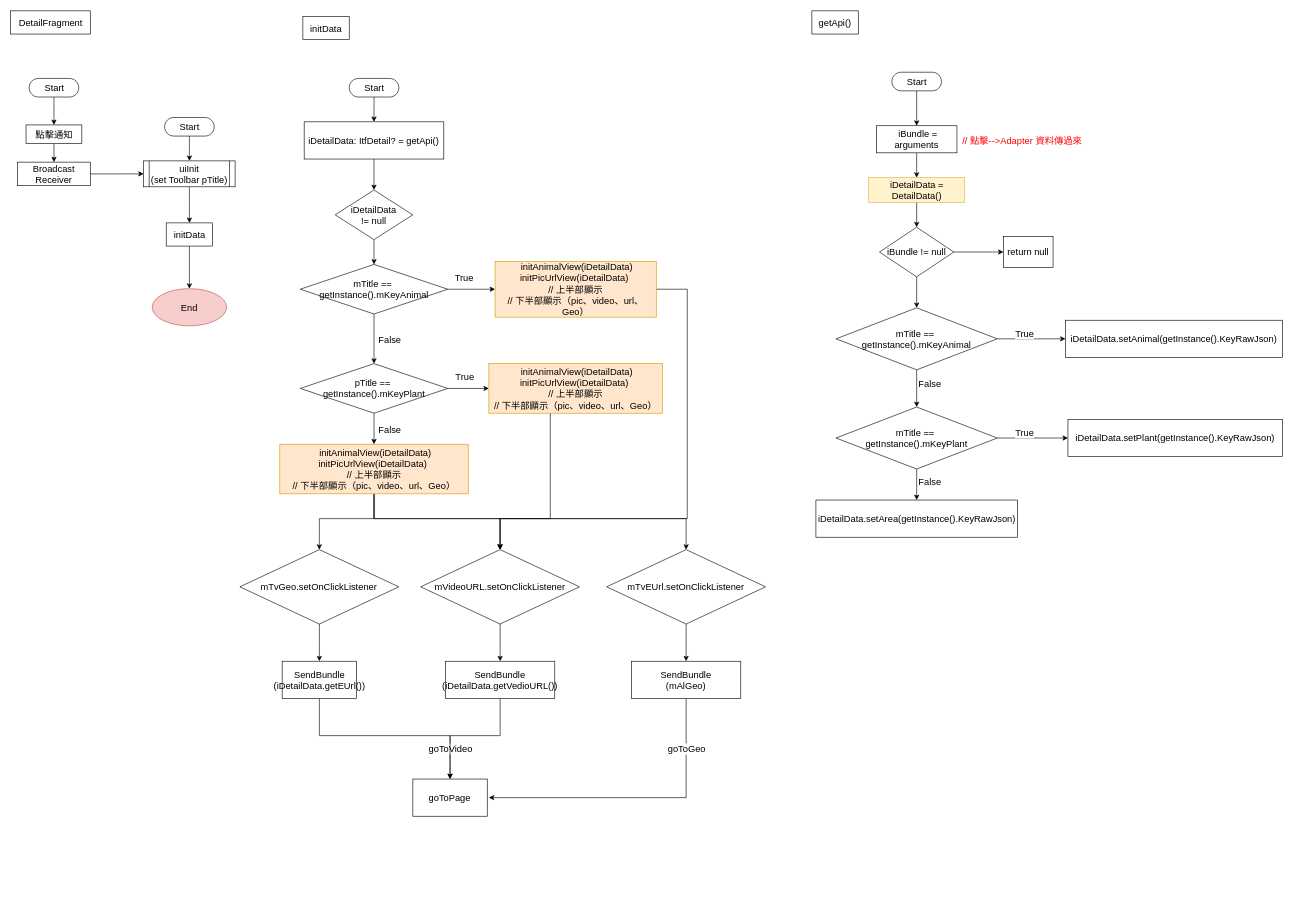
Before: page "DetailFragment" (10 of 13) of 一般流程.drawio in ccckyc/draw, a draw.io diagram. Source tidied: cells renumbered, new cells numbered last; positions are measured from the earlier drawing's top-left corner, leaving out a move shared by most shapes. Both pictures are drawn from the tidied source at 62%, with x=0, y=0 at pixel (11, 11).
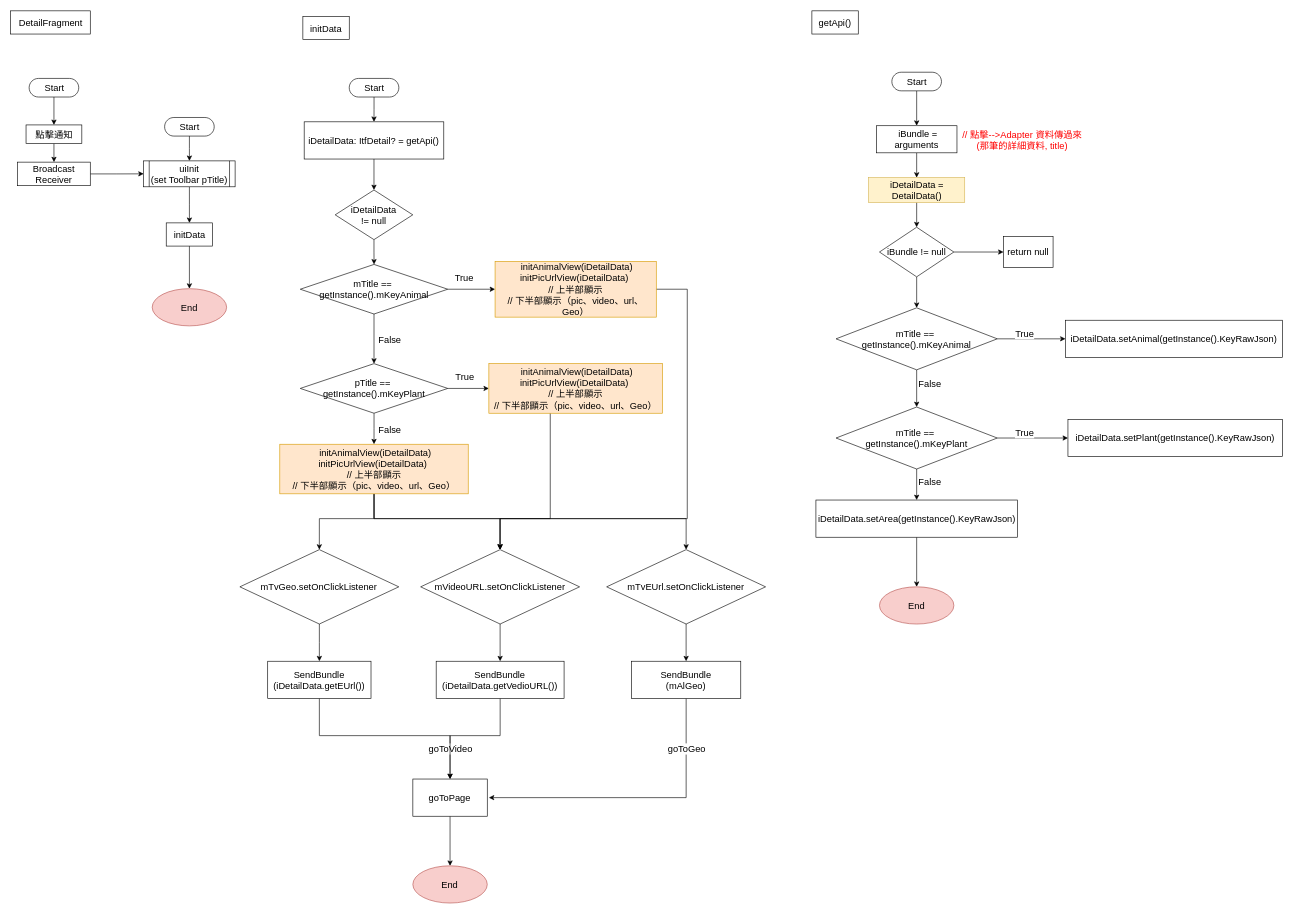
The same page after the edit.

Unchanged cells that the change refers to:
```xml
<mxCell id="41" value="goToPage" style="whiteSpace=wrap;html=1;fontSize=15;fillColor=#FFFFFF;strokeColor=#000000;dashed=0;fontStyle=0;fontFamily=Helvetica;" parent="1" vertex="1">
  <mxGeometry x="648.4" y="1239" width="120" height="60" as="geometry" />
</mxCell>
<mxCell id="72" value="iDetailData.setArea(getInstance().KeyRawJson)" style="whiteSpace=wrap;html=1;fillColor=#FFFFFF;strokeColor=#000000;fontColor=#000000;fontFamily=Helvetica;fontSize=15;fontStyle=0;" parent="1" vertex="1">
  <mxGeometry x="1298.5" y="789" width="325" height="60" as="geometry" />
</mxCell>
```

The edit, as a diff of the source:
```diff
@@
+    <mxCell id="81" style="edgeStyle=orthogonalEdgeStyle;rounded=0;jettySize=auto;html=1;fontColor=#FF0000;" parent="1" edge="1" source="41" target="84">
+      <mxGeometry relative="1" as="geometry" />
+    </mxCell>
@@
     <mxCell id="44" value="SendBundle&lt;br style=&quot;font-size: 15px;&quot;&gt;(iDetailData.getEUrl())" style="whiteSpace=wrap;html=1;fontColor=#000000;strokeColor=#000000;fillColor=#FFFFFF;fontFamily=Helvetica;fontSize=15;fontStyle=0;" parent="1" vertex="1">
-      <mxGeometry x="437.6" y="1049" width="120" height="60" as="geometry" />
+      <mxGeometry x="414.3" y="1049" width="166.6" height="60" as="geometry" />
     </mxCell>
@@
     <mxCell id="46" value="SendBundle&lt;br style=&quot;font-size: 15px;&quot;&gt;(iDetailData.getVedioURL())" style="whiteSpace=wrap;html=1;fontColor=#000000;strokeColor=#000000;fillColor=#FFFFFF;fontFamily=Helvetica;fontSize=15;fontStyle=0;" parent="1" vertex="1">
-      <mxGeometry x="701" y="1049" width="176.3" height="60" as="geometry" />
+      <mxGeometry x="686" y="1049" width="206.3" height="60" as="geometry" />
     </mxCell>
@@
-    <mxCell id="54" value="&lt;font color=&quot;#ff0000&quot; style=&quot;font-size: 15px;&quot;&gt;//&amp;nbsp;點擊--&amp;gt;Adapter 資料傳過來&lt;/font&gt;" style="text;html=1;align=center;verticalAlign=middle;strokeColor=none;fillColor=none;fontColor=#000000;fontFamily=Helvetica;fontSize=15;fontStyle=0;" parent="1" vertex="1">
-      <mxGeometry x="1526" y="199" width="210" height="20" as="geometry" />
+    <mxCell id="54" value="&lt;font color=&quot;#ff0000&quot; style=&quot;font-size: 15px&quot;&gt;//&amp;nbsp;點擊--&amp;gt;Adapter 資料傳過來&lt;br&gt;(那筆的詳細資料, title)&lt;br&gt;&lt;/font&gt;" style="text;html=1;align=center;verticalAlign=middle;strokeColor=none;fillColor=none;fontColor=#000000;fontFamily=Helvetica;fontSize=15;fontStyle=0;" parent="1" vertex="1">
+      <mxGeometry x="1526" y="189" width="210" height="40" as="geometry" />
     </mxCell>
@@
+    <mxCell id="82" style="edgeStyle=orthogonalEdgeStyle;rounded=0;jettySize=auto;html=1;fontColor=#FF0000;" parent="1" edge="1" source="72" target="83">
+      <mxGeometry relative="1" as="geometry" />
+    </mxCell>
@@
+    <mxCell id="83" value="End" style="ellipse;whiteSpace=wrap;html=1;fontSize=15;fillColor=#f8cecc;strokeColor=#b85450;fontStyle=0;" parent="1" vertex="1">
+      <mxGeometry x="1401" y="929" width="120" height="60" as="geometry" />
+    </mxCell>
+    <mxCell id="84" value="End" style="ellipse;whiteSpace=wrap;html=1;fontSize=15;fillColor=#f8cecc;strokeColor=#b85450;dashed=0;fontStyle=0;" parent="1" vertex="1">
+      <mxGeometry x="648.4" y="1379" width="120" height="60" as="geometry" />
+    </mxCell>
```
